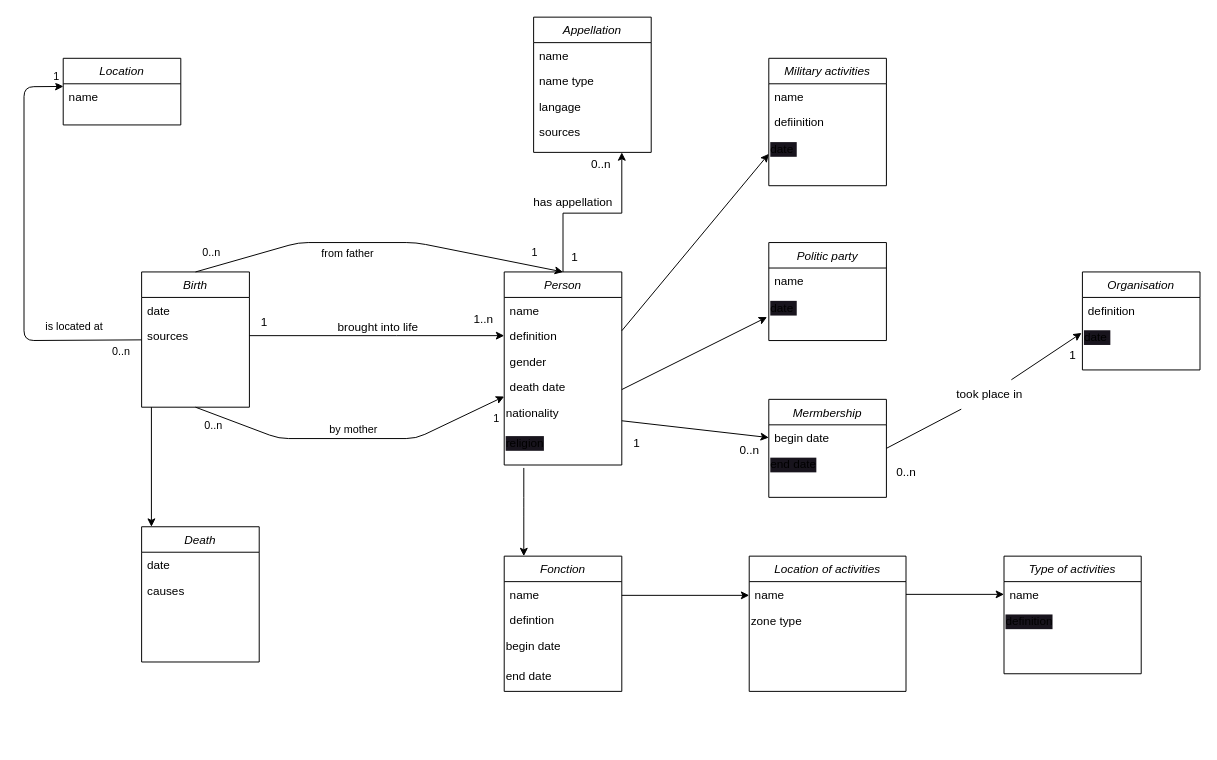
Before: MCD_to_database_example.drawio in evan909sch/Resistants-en-France, a draw.io diagram. Source tidied: cells renumbered, new cells numbered last; positions are measured from the earlier drawing's top-left corner, leaving out a move shared by most shapes. Both pictures are drawn from the tidied source at 98%, with x=0, y=0 at pixel (24, 17).
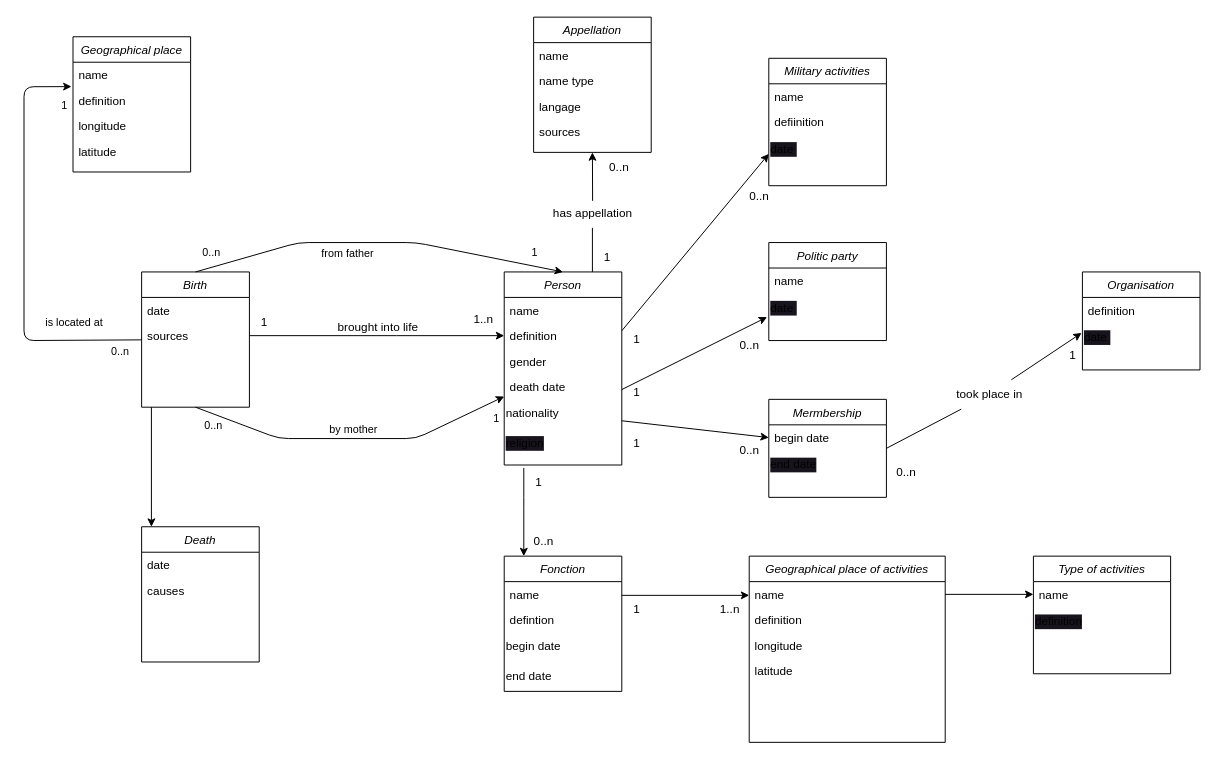
Above is the later version.

The change refers to these unchanged cells:
```xml
<mxCell id="6" value="Person" style="swimlane;fontStyle=2;align=center;verticalAlign=top;horizontal=1;startSize=26;rounded=0;shadow=0;strokeWidth=1;" parent="1" vertex="1">
  <mxGeometry x="490" y="260" width="120" height="197" as="geometry" />
</mxCell>
<mxCell id="13" value="Birth" style="swimlane;fontStyle=2;align=center;verticalAlign=top;horizontal=1;startSize=26;rounded=0;shadow=0;strokeWidth=1;" parent="1" vertex="1">
  <mxGeometry x="120" y="260" width="110" height="138" as="geometry" />
</mxCell>
<mxCell id="17" value="Appellation" style="swimlane;fontStyle=2;align=center;verticalAlign=top;horizontal=1;startSize=26;rounded=0;shadow=0;strokeWidth=1;" parent="1" vertex="1">
  <mxGeometry x="520" width="120" height="138" as="geometry" />
</mxCell>
```

What changed in the source:
```diff
@@
+    <mxCell id="81" style="edgeStyle=none;html=1;exitX=0.502;exitY=0.081;exitDx=0;exitDy=0;entryX=0.5;entryY=1;entryDx=0;entryDy=0;startArrow=none;exitPerimeter=0;" parent="1" edge="1" source="25" target="17">
+      <mxGeometry relative="1" as="geometry" />
+    </mxCell>
@@
-    <mxCell id="22" style="endArrow=classic;shadow=0;strokeWidth=1;rounded=0;endFill=1;edgeStyle=elbowEdgeStyle;elbow=vertical;exitX=0.5;exitY=0;exitDx=0;exitDy=0;entryX=0.75;entryY=1;entryDx=0;entryDy=0;" parent="1" edge="1" source="6" target="17">
-      <mxGeometry x="0.5" y="41" relative="1" as="geometry">
-        <Array as="points">
-          <mxPoint x="580" y="200" />
-        </Array>
-        <mxPoint x="-40" y="32" as="offset" />
-      </mxGeometry>
-    </mxCell>
-    <mxCell id="23" value="1" style="align=left;verticalAlign=bottom;labelBackgroundColor=none;fontSize=12;" parent="22" vertex="1">
-      <mxGeometry x="-1" relative="1" as="geometry">
-        <mxPoint x="7" y="-7" as="offset" />
-      </mxGeometry>
-    </mxCell>
-    <mxCell id="24" value="0..n" style="align=right;verticalAlign=bottom;labelBackgroundColor=none;fontSize=12;" parent="22" vertex="1">
-      <mxGeometry x="1" relative="1" as="geometry">
-        <mxPoint x="-9.9" y="20" as="offset" />
-      </mxGeometry>
-    </mxCell>
-    <mxCell id="25" value="has appellation" style="text;html=1;points=[];align=center;verticalAlign=middle;labelBackgroundColor=none;rounded=0;shadow=0;strokeWidth=1;fontSize=12;" parent="22" vertex="1">
-      <mxGeometry x="0.5" y="49" relative="1" as="geometry">
-        <mxPoint x="-2" y="5" as="offset" />
-      </mxGeometry>
-    </mxCell>
-    <mxCell id="26" style="endArrow=classic;html=1;entryX=0.002;entryY=0.721;entryDx=0;entryDy=0;entryPerimeter=0;" parent="1" edge="1" source="13">
+    <mxCell id="26" style="endArrow=classic;html=1;entryX=-0.013;entryY=0.957;entryDx=0;entryDy=0;entryPerimeter=0;" parent="1" edge="1" source="13" target="39">
       <mxGeometry relative="1" as="geometry">
-        <mxPoint x="40.2" y="70.7" as="targetPoint" />
         <Array as="points">
           <mxPoint y="330" />
           <mxPoint y="71" />
         </Array>
       </mxGeometry>
     </mxCell>
@@
-    <mxCell id="28" value="1" style="edgeLabel;html=1;align=center;verticalAlign=middle;" parent="26" vertex="1">
-      <mxGeometry x="0.89" y="-1" relative="1" as="geometry">
-        <mxPoint x="15.6" y="-11.7" as="offset" />
-      </mxGeometry>
-    </mxCell>
@@
-    <mxCell id="38" value="Location" style="swimlane;fontStyle=2;align=center;verticalAlign=top;horizontal=1;startSize=26;rounded=0;shadow=0;strokeWidth=1;" parent="1" vertex="1">
-      <mxGeometry x="40" y="42" width="120" height="68" as="geometry" />
-    </mxCell>
-    <mxCell id="39" value="name" style="text;align=left;verticalAlign=top;spacingLeft=4;spacingRight=4;overflow=hidden;points=[[0,0.5],[1,0.5]];portConstraint=eastwest;" parent="38" vertex="1">
-      <mxGeometry y="26" width="120" height="26" as="geometry" />
-    </mxCell>
@@
-    <mxCell id="46" value="Location of activities" style="swimlane;fontStyle=2;align=center;verticalAlign=top;horizontal=1;startSize=26;rounded=0;shadow=0;strokeWidth=1;" parent="1" vertex="1">
-      <mxGeometry x="740" y="550" width="160" height="138" as="geometry" />
-    </mxCell>
-    <mxCell id="47" value="name" style="text;align=left;verticalAlign=top;spacingLeft=4;spacingRight=4;overflow=hidden;points=[[0,0.5],[1,0.5]];portConstraint=eastwest;" parent="46" vertex="1">
-      <mxGeometry y="26" width="160" height="26" as="geometry" />
-    </mxCell>
-    <mxCell id="48" value="zone type" style="text;html=1;align=left;verticalAlign=middle;strokeColor=none;fillColor=none;" parent="46" vertex="1">
-      <mxGeometry y="52" width="160" height="30" as="geometry" />
-    </mxCell>
@@
     <mxCell id="69" value="Type of activities" style="swimlane;fontStyle=2;align=center;verticalAlign=top;horizontal=1;startSize=26;rounded=0;shadow=0;strokeWidth=1;" parent="1" vertex="1">
-      <mxGeometry x="1000" y="550" width="140" height="120" as="geometry" />
+      <mxGeometry x="1030" y="550" width="140" height="120" as="geometry" />
     </mxCell>
@@
+    <mxCell id="28" value="1" style="edgeLabel;html=1;align=center;verticalAlign=middle;" parent="1" vertex="1">
+      <mxGeometry x="40" y="89" as="geometry" />
+    </mxCell>
+    <mxCell id="82" value="Geographical place of activities" style="swimlane;fontStyle=2;align=center;verticalAlign=top;horizontal=1;startSize=26;rounded=0;shadow=0;strokeWidth=1;" parent="1" vertex="1">
+      <mxGeometry x="740" y="550" width="200" height="190" as="geometry" />
+    </mxCell>
+    <mxCell id="47" value="name" style="text;align=left;verticalAlign=top;spacingLeft=4;spacingRight=4;overflow=hidden;points=[[0,0.5],[1,0.5]];portConstraint=eastwest;" parent="82" vertex="1">
+      <mxGeometry y="26" width="200" height="26" as="geometry" />
+    </mxCell>
+    <mxCell id="83" value="definition" style="text;align=left;verticalAlign=top;spacingLeft=4;spacingRight=4;overflow=hidden;rounded=0;shadow=0;html=0;" parent="82" vertex="1">
+      <mxGeometry y="52" width="200" height="26" as="geometry" />
+    </mxCell>
+    <mxCell id="84" value="longitude" style="text;align=left;verticalAlign=top;spacingLeft=4;spacingRight=4;overflow=hidden;rounded=0;shadow=0;html=0;" parent="82" vertex="1">
+      <mxGeometry y="78" width="200" height="26" as="geometry" />
+    </mxCell>
+    <mxCell id="85" value="latitude" style="text;align=left;verticalAlign=top;spacingLeft=4;spacingRight=4;overflow=hidden;rounded=0;shadow=0;html=0;" parent="82" vertex="1">
+      <mxGeometry y="104" width="200" height="26" as="geometry" />
+    </mxCell>
+    <mxCell id="86" value="Geographical place" style="swimlane;fontStyle=2;align=center;verticalAlign=top;horizontal=1;startSize=26;rounded=0;shadow=0;strokeWidth=1;" parent="1" vertex="1">
+      <mxGeometry x="50" y="20" width="120" height="138" as="geometry" />
+    </mxCell>
+    <mxCell id="39" value="name" style="text;align=left;verticalAlign=top;spacingLeft=4;spacingRight=4;overflow=hidden;points=[[0,0.5],[1,0.5]];portConstraint=eastwest;" parent="86" vertex="1">
+      <mxGeometry y="26" width="120" height="26" as="geometry" />
+    </mxCell>
+    <mxCell id="87" value="definition" style="text;align=left;verticalAlign=top;spacingLeft=4;spacingRight=4;overflow=hidden;rounded=0;shadow=0;html=0;" parent="86" vertex="1">
+      <mxGeometry y="52" width="120" height="26" as="geometry" />
+    </mxCell>
+    <mxCell id="88" value="longitude" style="text;align=left;verticalAlign=top;spacingLeft=4;spacingRight=4;overflow=hidden;rounded=0;shadow=0;html=0;" parent="86" vertex="1">
+      <mxGeometry y="78" width="120" height="26" as="geometry" />
+    </mxCell>
+    <mxCell id="89" value="latitude" style="text;align=left;verticalAlign=top;spacingLeft=4;spacingRight=4;overflow=hidden;rounded=0;shadow=0;html=0;" parent="86" vertex="1">
+      <mxGeometry y="104" width="120" height="26" as="geometry" />
+    </mxCell>
+    <mxCell id="90" style="edgeStyle=none;html=1;exitX=0.75;exitY=0;exitDx=0;exitDy=0;entryX=0.5;entryY=1;entryDx=0;entryDy=0;endArrow=none;" parent="1" edge="1" source="6" target="25">
+      <mxGeometry relative="1" as="geometry" />
+    </mxCell>
+    <mxCell id="25" value="has appellation" style="text;html=1;align=center;verticalAlign=middle;points=[];strokeColor=none;fillColor=none;" parent="1" vertex="1">
+      <mxGeometry x="530" y="185" width="100" height="30" as="geometry" />
+    </mxCell>
+    <mxCell id="91" value="1" style="text;html=1;align=center;verticalAlign=middle;strokeColor=none;fillColor=none;" parent="1" vertex="1">
+      <mxGeometry x="580" y="230" width="30" height="30" as="geometry" />
+    </mxCell>
+    <mxCell id="92" value="0..n" style="text;html=1;align=center;verticalAlign=middle;strokeColor=none;fillColor=none;" parent="1" vertex="1">
+      <mxGeometry x="587" y="138" width="40" height="30" as="geometry" />
+    </mxCell>
+    <mxCell id="93" value="1" style="text;html=1;align=center;verticalAlign=middle;strokeColor=none;fillColor=none;" parent="1" vertex="1">
+      <mxGeometry x="610" y="314" width="30" height="30" as="geometry" />
+    </mxCell>
+    <mxCell id="94" value="0..n" style="text;html=1;align=center;verticalAlign=middle;strokeColor=none;fillColor=none;" parent="1" vertex="1">
+      <mxGeometry x="730" y="168" width="40" height="30" as="geometry" />
+    </mxCell>
+    <mxCell id="95" value="1" style="text;html=1;align=center;verticalAlign=middle;strokeColor=none;fillColor=none;" parent="1" vertex="1">
+      <mxGeometry x="610" y="368" width="30" height="30" as="geometry" />
+    </mxCell>
+    <mxCell id="96" value="0..n" style="text;html=1;align=center;verticalAlign=middle;strokeColor=none;fillColor=none;" parent="1" vertex="1">
+      <mxGeometry x="720" y="320" width="40" height="30" as="geometry" />
+    </mxCell>
+    <mxCell id="97" value="1" style="text;html=1;align=center;verticalAlign=middle;strokeColor=none;fillColor=none;" parent="1" vertex="1">
+      <mxGeometry x="510" y="460" width="30" height="30" as="geometry" />
+    </mxCell>
+    <mxCell id="98" value="0..n" style="text;html=1;align=center;verticalAlign=middle;strokeColor=none;fillColor=none;" parent="1" vertex="1">
+      <mxGeometry x="510" y="520" width="40" height="30" as="geometry" />
+    </mxCell>
+    <mxCell id="99" value="1" style="text;html=1;align=center;verticalAlign=middle;strokeColor=none;fillColor=none;" parent="1" vertex="1">
+      <mxGeometry x="610" y="590" width="30" height="30" as="geometry" />
+    </mxCell>
+    <mxCell id="100" value="1..n" style="text;html=1;align=center;verticalAlign=middle;strokeColor=none;fillColor=none;" parent="1" vertex="1">
+      <mxGeometry x="700" y="590" width="40" height="30" as="geometry" />
+    </mxCell>
```
